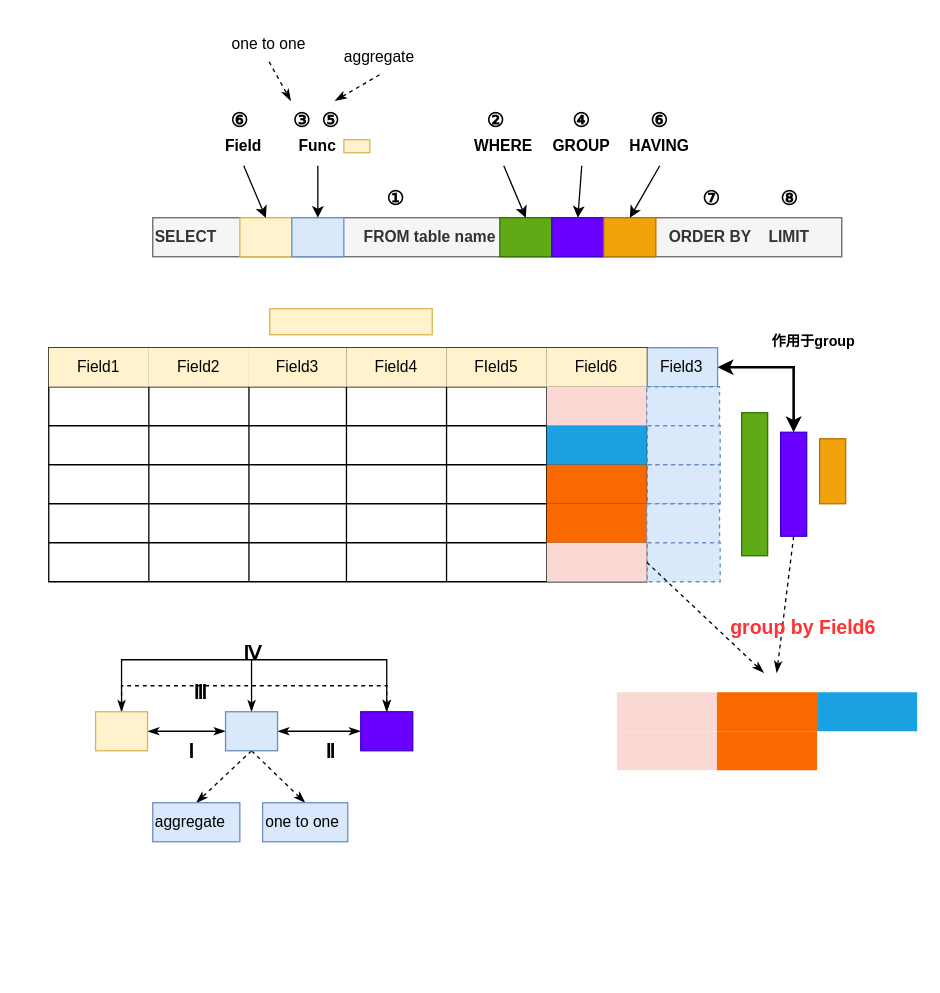
Before: temp/Untitled Diagram.drawio in buyouS/draw, a draw.io diagram. Source tidied: cells renumbered, new cells numbered last; positions are measured from the earlier drawing's top-left corner, leaving out a move shared by most shapes. Both pictures are drawn from the tidied source at 130%, with x=0, y=0 at pixel (22, 22).
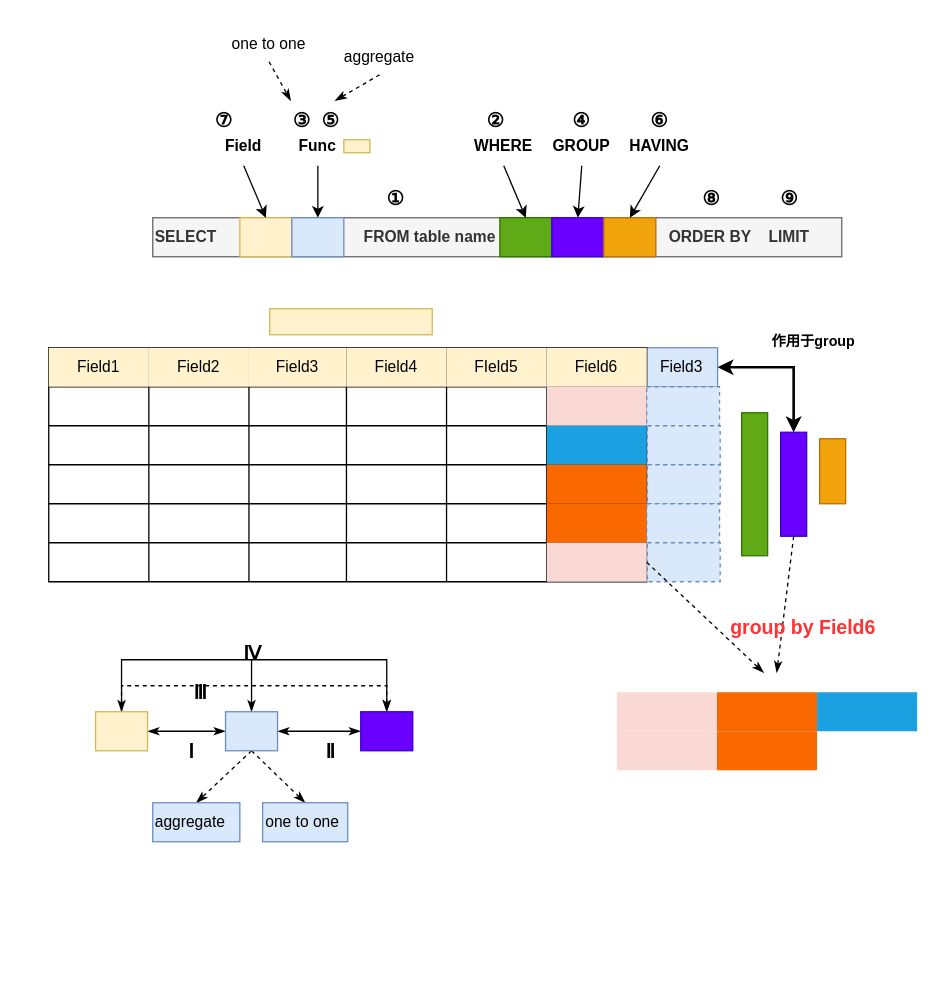
After the change.

Diff of the diagram source:
```diff
@@
     <mxCell id="76" value="&lt;span style=&quot;font-size: 15px&quot;&gt;&lt;b&gt;⑧&lt;/b&gt;&lt;/span&gt;" style="text;html=1;strokeColor=none;fillColor=none;align=center;verticalAlign=middle;whiteSpace=wrap;rounded=0;" parent="1" vertex="1">
-      <mxGeometry x="560" y="120" width="60" height="30" as="geometry" />
+      <mxGeometry x="500" y="120" width="60" height="30" as="geometry" />
     </mxCell>
@@
-    <mxCell id="79" value="&lt;b&gt;&lt;font style=&quot;font-size: 15px&quot;&gt;⑥&lt;/font&gt;&lt;/b&gt;" style="text;html=1;strokeColor=none;fillColor=none;align=center;verticalAlign=middle;whiteSpace=wrap;rounded=0;" parent="1" vertex="1">
-      <mxGeometry x="137" y="60" width="60" height="30" as="geometry" />
+    <mxCell id="79" value="&lt;span style=&quot;font-size: 15px&quot;&gt;&lt;b&gt;⑨&lt;/b&gt;&lt;/span&gt;" style="text;html=1;strokeColor=none;fillColor=none;align=center;verticalAlign=middle;whiteSpace=wrap;rounded=0;" parent="1" vertex="1">
+      <mxGeometry x="560" y="120" width="60" height="30" as="geometry" />
     </mxCell>
@@
     <mxCell id="107" value="&lt;span style=&quot;font-size: 15px&quot;&gt;&lt;b&gt;⑦&lt;/b&gt;&lt;/span&gt;" style="text;html=1;strokeColor=none;fillColor=none;align=center;verticalAlign=middle;whiteSpace=wrap;rounded=0;" parent="1" vertex="1">
-      <mxGeometry x="500" y="120" width="60" height="30" as="geometry" />
+      <mxGeometry x="124.5" y="60" width="60" height="30" as="geometry" />
     </mxCell>
```
